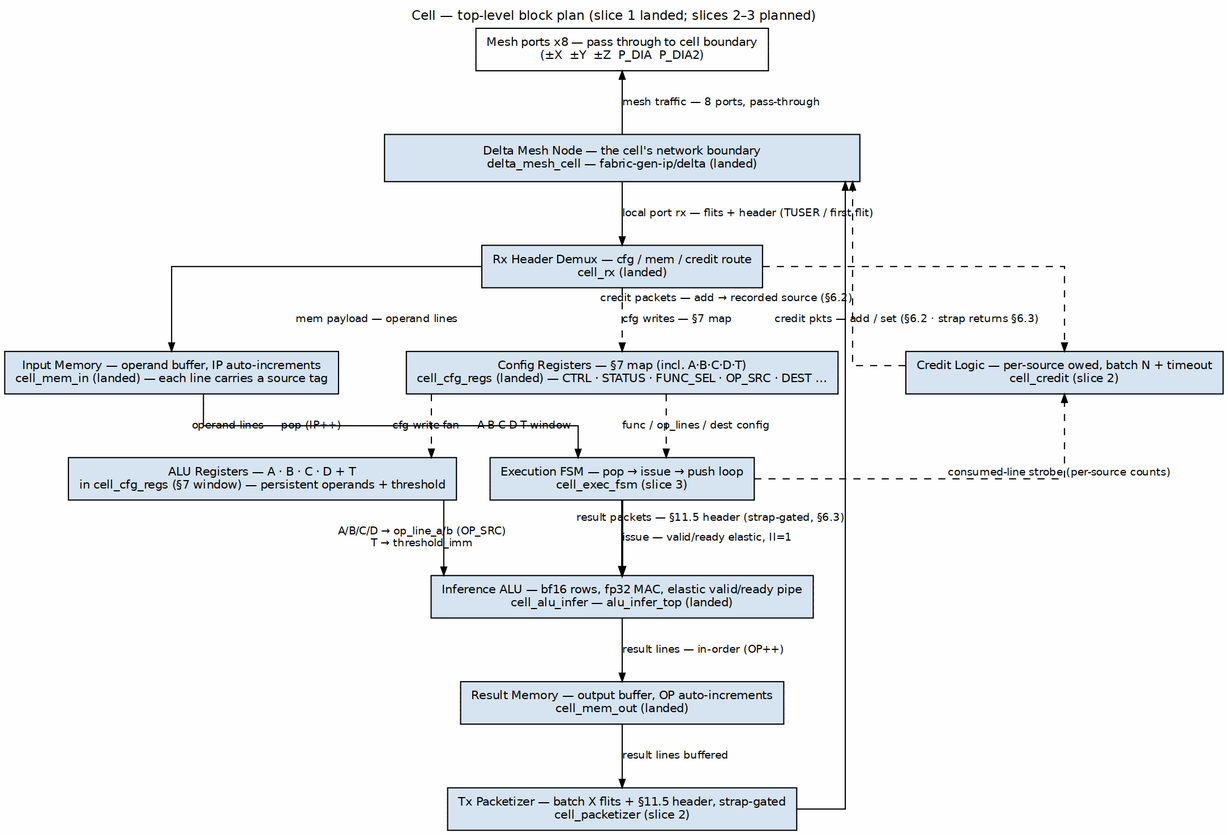
Before: projects/components/compute-eng-ip/cell/docs/assets/graphviz/cell_top.png, a diagram exported from Graphviz (sean-galloway/RTLDesignSherpa). Its source is kept beside it as projects/components/compute-eng-ip/cell/docs/assets/graphviz/cell_top.dot. Its diagram source:
```dot
digraph cell_top {
  graph [rankdir=TB, bgcolor="white", fontname="Helvetica", fontsize=11,
         nodesep="0.40", ranksep="0.60", splines=ortho,
         label="Cell — top-level block plan (slice 1 landed; slices 2–3 planned)",
         labelloc=t];
  node  [fontname="Helvetica", fontsize=10, shape=box, style=filled,
         fillcolor="#D6E4F0", color="black", margin="0.12,0.06"];
  edge  [fontname="Helvetica", fontsize=9, color="black", arrowsize=0.7];

  mesh  [group="C", fillcolor="white",
         label="Mesh ports x8 — pass through to cell boundary\n(±X  ±Y  ±Z  P_DIA  P_DIA2)"];
  nodeb [group="C", width=5.6, height=0.55,
         label="Delta Mesh Node — the cell's network boundary\ndelta_mesh_cell — fabric-gen-ip/delta (landed)"];

  demux  [group="C", label="Rx Header Demux — cfg / mem / credit route\ncell_rx (landed)"];
  inmem  [label="Input Memory — operand buffer, IP auto-increments\ncell_mem_in (landed) — each line carries a source tag"];
  cfgregs [group="C", label="Config Registers — §7 map (incl. A·B·C·D·T)\ncell_cfg_regs (landed) — CTRL · STATUS · FUNC_SEL · OP_SRC · DEST …"];
  credit [label="Credit Logic — per-source owed, batch N + timeout\ncell_credit (slice 2)"];
  fsm    [group="C", label="Execution FSM — pop → issue → push loop\ncell_exec_fsm (slice 3)"];
  aluregs [label="ALU Registers — A · B · C · D + T\nin cell_cfg_regs (§7 window) — persistent operands + threshold"];
  alu    [group="C", label="Inference ALU — bf16 rows, fp32 MAC, elastic valid/ready pipe\ncell_alu_infer — alu_infer_top (landed)"];
  outmem [group="C", label="Result Memory — output buffer, OP auto-increments\ncell_mem_out (landed)"];
  pktz   [group="C", label="Tx Packetizer — batch X flits + §11.5 header, strap-gated\ncell_packetizer (slice 2)"];

  mesh -> nodeb [dir=back, label="mesh traffic — 8 ports, pass-through"];
  nodeb -> demux [label="local port rx — flits + header (TUSER / first flit)"];

  demux -> inmem   [label="mem payload — operand lines"];
  demux -> cfgregs [style=dashed, label="cfg writes — §7 map"];
  demux -> credit  [style=dashed, label="credit pkts — add / set (§6.2 · strap returns §6.3)"];
  cfgregs -> fsm   [style=dashed, label="func / op_lines / dest config"];
  cfgregs -> aluregs [style=dashed, label="cfg write fan — A B C D T window"];

  inmem -> fsm [label="operand lines — pop (IP++)"];
  fsm -> credit [style=dashed, xlabel="consumed-line strobe (per-source counts)"];

  fsm -> alu [penwidth=1.8, label="issue — valid/ready elastic, II=1"];
  aluregs -> alu [label="A/B/C/D → op_line_a/b (OP_SRC)\nT → threshold_imm"];

  alu -> outmem [label="result lines — in-order (OP++)"];
  outmem -> pktz [label="result lines buffered"];

  pktz   -> nodeb [constraint=false, xlabel="result packets — §11.5 header (strap-gated, §6.3)"];
  credit -> nodeb [constraint=false, style=dashed, xlabel="credit packets — add → recorded source (§6.2)"];

  { rank=same; mesh }
  { rank=same; nodeb }
  { rank=same; demux }
  { rank=same; inmem; cfgregs; credit }
  { rank=same; fsm; aluregs }
  { rank=same; alu }
  { rank=same; outmem }
  { rank=same; pktz }

  inmem -> cfgregs [style=invis];
  cfgregs -> credit [style=invis];
}
```
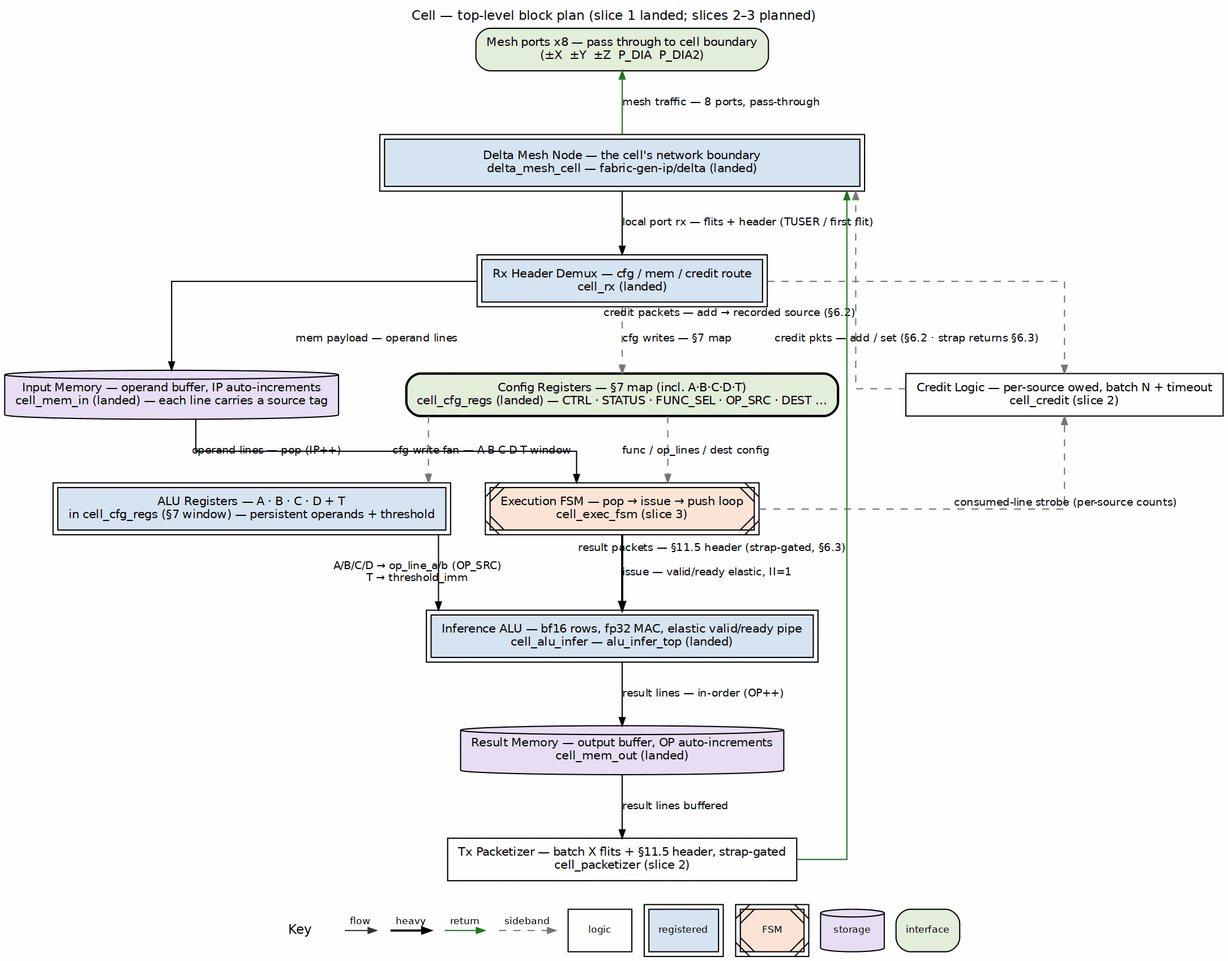
After the change.

What changed in the source:
```diff
@@ -4,35 +4,35 @@
          label="Cell — top-level block plan (slice 1 landed; slices 2–3 planned)",
          labelloc=t];
   node  [fontname="Helvetica", fontsize=10, shape=box, style=filled,
-         fillcolor="#D6E4F0", color="black", margin="0.12,0.06"];
+         fillcolor="white", color="black", margin="0.12,0.06"];
   edge  [fontname="Helvetica", fontsize=9, color="black", arrowsize=0.7];
 
   mesh  [group="C", fillcolor="white",
-         label="Mesh ports x8 — pass through to cell boundary\n(±X  ±Y  ±Z  P_DIA  P_DIA2)"];
+         label="Mesh ports x8 — pass through to cell boundary\n(±X  ±Y  ±Z  P_DIA  P_DIA2)", style="rounded,filled", fillcolor="#E2EFDA"];
   nodeb [group="C", width=5.6, height=0.55,
-         label="Delta Mesh Node — the cell's network boundary\ndelta_mesh_cell — fabric-gen-ip/delta (landed)"];
+         label="Delta Mesh Node — the cell's network boundary\ndelta_mesh_cell — fabric-gen-ip/delta (landed)", peripheries=2, style="filled", fillcolor="#D6E4F0"];
 
-  demux  [group="C", label="Rx Header Demux — cfg / mem / credit route\ncell_rx (landed)"];
-  inmem  [label="Input Memory — operand buffer, IP auto-increments\ncell_mem_in (landed) — each line carries a source tag"];
-  cfgregs [group="C", label="Config Registers — §7 map (incl. A·B·C·D·T)\ncell_cfg_regs (landed) — CTRL · STATUS · FUNC_SEL · OP_SRC · DEST …"];
-  credit [label="Credit Logic — per-source owed, batch N + timeout\ncell_credit (slice 2)"];
-  fsm    [group="C", label="Execution FSM — pop → issue → push loop\ncell_exec_fsm (slice 3)"];
-  aluregs [label="ALU Registers — A · B · C · D + T\nin cell_cfg_regs (§7 window) — persistent operands + threshold"];
-  alu    [group="C", label="Inference ALU — bf16 rows, fp32 MAC, elastic valid/ready pipe\ncell_alu_infer — alu_infer_top (landed)"];
-  outmem [group="C", label="Result Memory — output buffer, OP auto-increments\ncell_mem_out (landed)"];
-  pktz   [group="C", label="Tx Packetizer — batch X flits + §11.5 header, strap-gated\ncell_packetizer (slice 2)"];
+  demux  [group="C", label="Rx Header Demux — cfg / mem / credit route\ncell_rx (landed)", peripheries=2, style="filled", fillcolor="#D6E4F0"];
+  inmem  [label="Input Memory — operand buffer, IP auto-increments\ncell_mem_in (landed) — each line carries a source tag", shape=cylinder, style="filled", fillcolor="#E8DFF5"];
+  cfgregs [group="C", label="Config Registers — §7 map (incl. A·B·C·D·T)\ncell_cfg_regs (landed) — CTRL · STATUS · FUNC_SEL · OP_SRC · DEST …", style="rounded,filled,bold", fillcolor="#E2EFDA"];
+  credit [label="Credit Logic — per-source owed, batch N + timeout\ncell_credit (slice 2)", style="filled", fillcolor="white"];
+  fsm    [group="C", label="Execution FSM — pop → issue → push loop\ncell_exec_fsm (slice 3)", peripheries=2, style="filled,diagonals", fillcolor="#FCE4D6"];
+  aluregs [label="ALU Registers — A · B · C · D + T\nin cell_cfg_regs (§7 window) — persistent operands + threshold", peripheries=2, style="filled", fillcolor="#D6E4F0"];
+  alu    [group="C", label="Inference ALU — bf16 rows, fp32 MAC, elastic valid/ready pipe\ncell_alu_infer — alu_infer_top (landed)", peripheries=2, style="filled", fillcolor="#D6E4F0"];
+  outmem [group="C", label="Result Memory — output buffer, OP auto-increments\ncell_mem_out (landed)", shape=cylinder, style="filled", fillcolor="#E8DFF5"];
+  pktz   [group="C", label="Tx Packetizer — batch X flits + §11.5 header, strap-gated\ncell_packetizer (slice 2)", style="filled", fillcolor="white"];
 
-  mesh -> nodeb [dir=back, label="mesh traffic — 8 ports, pass-through"];
+  mesh -> nodeb [color="#1A7A1A", dir=back, label="mesh traffic — 8 ports, pass-through"];
   nodeb -> demux [label="local port rx — flits + header (TUSER / first flit)"];
 
   demux -> inmem   [label="mem payload — operand lines"];
-  demux -> cfgregs [style=dashed, label="cfg writes — §7 map"];
-  demux -> credit  [style=dashed, label="credit pkts — add / set (§6.2 · strap returns §6.3)"];
-  cfgregs -> fsm   [style=dashed, label="func / op_lines / dest config"];
-  cfgregs -> aluregs [style=dashed, label="cfg write fan — A B C D T window"];
+  demux -> cfgregs [style=dashed, color="#777777", label="cfg writes — §7 map"];
+  demux -> credit  [style=dashed, color="#777777", label="credit pkts — add / set (§6.2 · strap returns §6.3)"];
+  cfgregs -> fsm   [style=dashed, color="#777777", label="func / op_lines / dest config"];
+  cfgregs -> aluregs [style=dashed, color="#777777", label="cfg write fan — A B C D T window"];
 
   inmem -> fsm [label="operand lines — pop (IP++)"];
-  fsm -> credit [style=dashed, xlabel="consumed-line strobe (per-source counts)"];
+  fsm -> credit [style=dashed, color="#777777", xlabel="consumed-line strobe (per-source counts)"];
 
   fsm -> alu [penwidth=1.8, label="issue — valid/ready elastic, II=1"];
   aluregs -> alu [label="A/B/C/D → op_line_a/b (OP_SRC)\nT → threshold_imm"];
@@ -40,8 +40,8 @@
   alu -> outmem [label="result lines — in-order (OP++)"];
   outmem -> pktz [label="result lines buffered"];
 
-  pktz   -> nodeb [constraint=false, xlabel="result packets — §11.5 header (strap-gated, §6.3)"];
-  credit -> nodeb [constraint=false, style=dashed, xlabel="credit packets — add → recorded source (§6.2)"];
+  pktz   -> nodeb [color="#1A7A1A", constraint=false, xlabel="result packets — §11.5 header (strap-gated, §6.3)"];
+  credit -> nodeb [constraint=false, style=dashed, color="#777777", xlabel="credit packets — add → recorded source (§6.2)"];
 
   { rank=same; mesh }
   { rank=same; nodeb }
```
